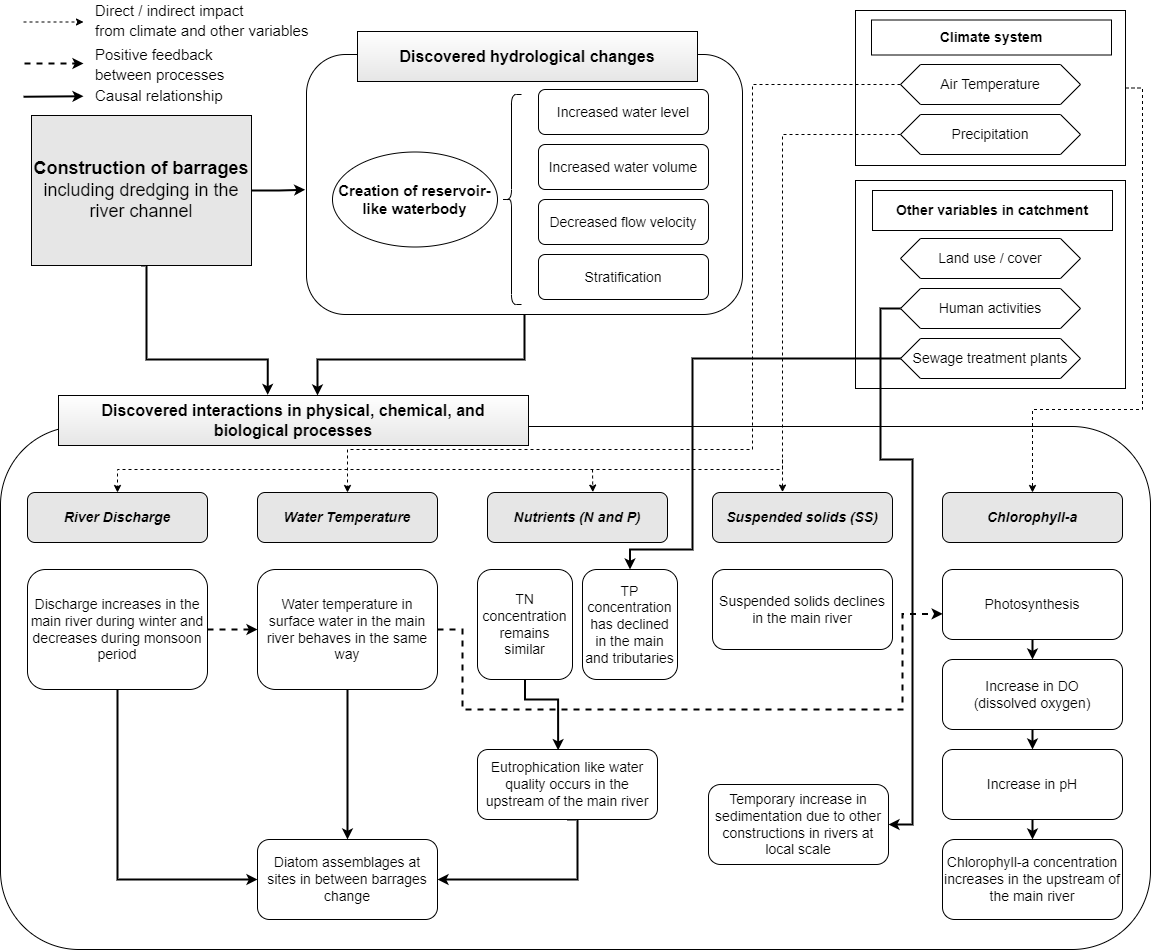
This is Chapter 7 Confirmed changes.png from muyeoljung/PhD_Studyarea, a draw.io export, as it was before one commit. Source tidied: cells renumbered, new cells last; positions are measured from the earlier drawing's top-left corner, leaving out a move shared by most shapes.
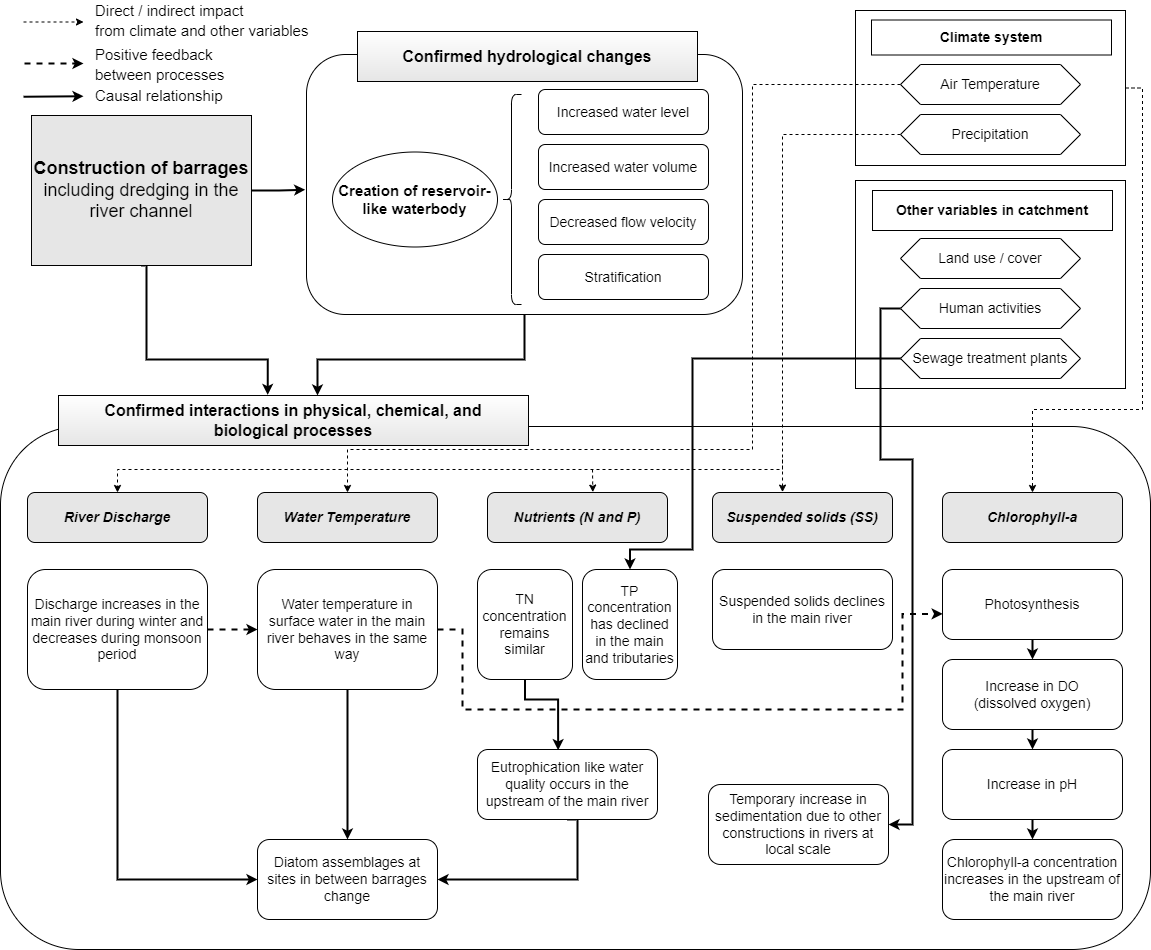
The same file after the commit.

The edit, as a diff of the source:
```diff
@@ -119,7 +119,7 @@
     <mxCell id="30" value="Precipitation" style="shape=hexagon;perimeter=hexagonPerimeter2;whiteSpace=wrap;html=1;fixedSize=1;rounded=0;fontSize=14;shadow=0;sketch=0;" parent="1" vertex="1">
       <mxGeometry x="900" y="114" width="180" height="40" as="geometry" />
     </mxCell>
-    <mxCell id="31" value="&lt;b&gt;&lt;font style=&quot;font-size: 16px;&quot;&gt;Discovered hydrological changes&lt;/font&gt;&lt;/b&gt;" style="rounded=0;whiteSpace=wrap;html=1;fontSize=14;gradientColor=#ffffff;fillColor=#E6E6E6;gradientDirection=north;" parent="1" vertex="1">
+    <mxCell id="31" value="&lt;b&gt;&lt;font style=&quot;font-size: 16px;&quot;&gt;Confirmed hydrological changes&lt;/font&gt;&lt;/b&gt;" style="rounded=0;whiteSpace=wrap;html=1;fontSize=14;gradientColor=#ffffff;fillColor=#E6E6E6;gradientDirection=north;" parent="1" vertex="1">
       <mxGeometry x="357" y="31" width="340" height="50" as="geometry" />
     </mxCell>
     <mxCell id="32" value="&lt;font style=&quot;font-size: 15px;&quot;&gt;Creation of reservoir-like waterbody&lt;/font&gt;" style="ellipse;whiteSpace=wrap;html=1;fontSize=14;fontStyle=1;" parent="1" vertex="1">
@@ -165,7 +165,7 @@
     <mxCell id="41" value="&lt;span style=&quot;&quot;&gt;Sewage treatment plants&lt;/span&gt;" style="shape=hexagon;perimeter=hexagonPerimeter2;whiteSpace=wrap;html=1;fixedSize=1;rounded=0;fontSize=14;" parent="1" vertex="1">
       <mxGeometry x="900" y="338" width="180" height="40" as="geometry" />
     </mxCell>
-    <mxCell id="42" value="&lt;b&gt;&lt;font style=&quot;font-size: 16px;&quot;&gt;Discovered interactions in physical, chemical, and biological&amp;nbsp;&lt;/font&gt;&lt;/b&gt;&lt;b&gt;&lt;font style=&quot;font-size: 16px;&quot;&gt;processes&lt;/font&gt;&lt;/b&gt;" style="rounded=0;whiteSpace=wrap;html=1;fontSize=14;gradientColor=#ffffff;fillColor=#E6E6E6;gradientDirection=north;" parent="1" vertex="1">
+    <mxCell id="42" value="&lt;b&gt;&lt;font style=&quot;font-size: 16px;&quot;&gt;Confirmed interactions in physical, chemical, and biological&amp;nbsp;&lt;/font&gt;&lt;/b&gt;&lt;b&gt;&lt;font style=&quot;font-size: 16px;&quot;&gt;processes&lt;/font&gt;&lt;/b&gt;" style="rounded=0;whiteSpace=wrap;html=1;fontSize=14;gradientColor=#ffffff;fillColor=#E6E6E6;gradientDirection=north;" parent="1" vertex="1">
       <mxGeometry x="58" y="395" width="470" height="50" as="geometry" />
     </mxCell>
     <mxCell id="43" style="edgeStyle=orthogonalEdgeStyle;rounded=0;jettySize=auto;html=1;exitX=0.5;exitY=1;exitDx=0;exitDy=0;entryX=0;entryY=0.5;entryDx=0;entryDy=0;fontSize=15;startArrow=none;startFill=0;endArrow=classic;endFill=1;startSize=5;endSize=5;strokeWidth=2;" parent="1" edge="1" source="45" target="51">
```
